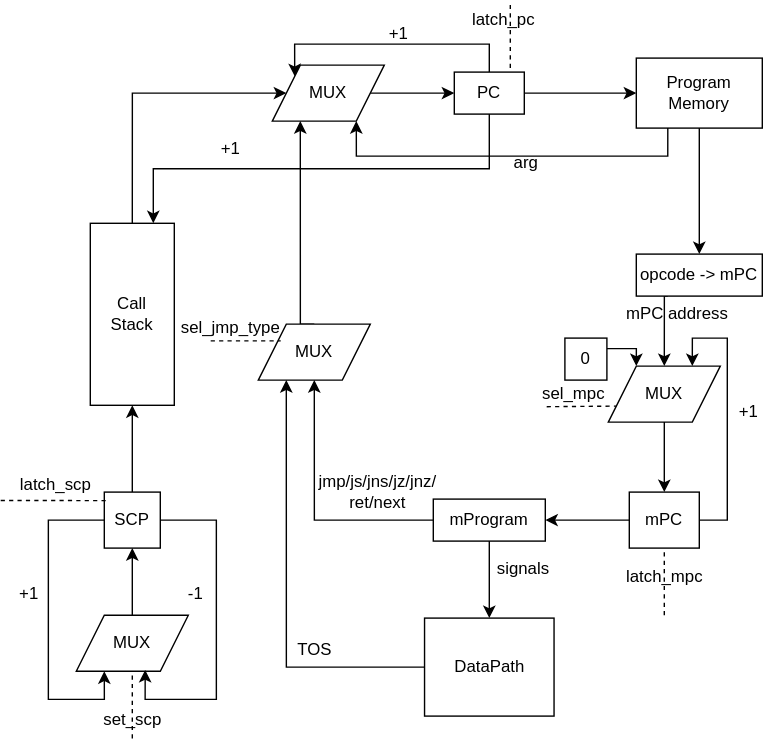
Above: schemes/ControlUnit.svg in stanislav-shchetinin/MyAsm (draw.io), before the change. Source tidied: cells renumbered, new cells last; positions are measured from the earlier drawing's top-left corner, leaving out a move shared by most shapes.
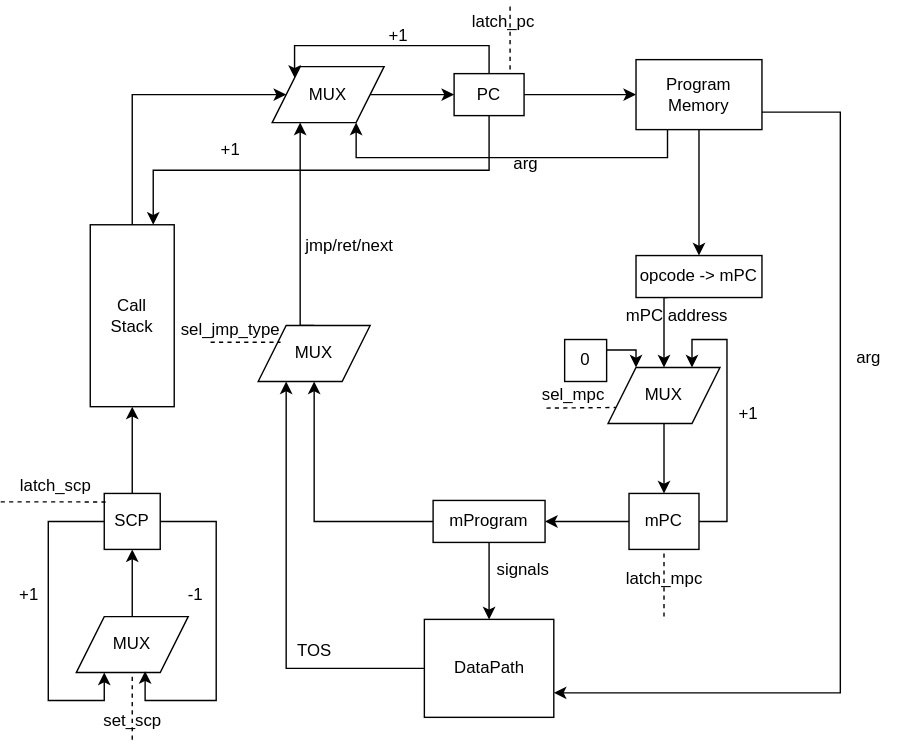
After the commit.

Diff of the diagram source:
```diff
@@ -5,6 +5,14 @@
     <mxCell id="2" style="edgeStyle=orthogonalEdgeStyle;rounded=0;jettySize=auto;html=1;exitX=0.5;exitY=1;exitDx=0;exitDy=0;entryX=0.5;entryY=0;entryDx=0;entryDy=0;" parent="1" edge="1" source="3" target="6">
       <mxGeometry relative="1" as="geometry" />
     </mxCell>
+    <mxCell id="57" style="edgeStyle=orthogonalEdgeStyle;rounded=0;jettySize=auto;html=1;exitX=1;exitY=0.75;exitDx=0;exitDy=0;entryX=1;entryY=0.75;entryDx=0;entryDy=0;" parent="1" edge="1" source="3" target="27">
+      <mxGeometry relative="1" as="geometry">
+        <Array as="points">
+          <mxPoint x="600" y="80" />
+          <mxPoint x="600" y="495" />
+        </Array>
+      </mxGeometry>
+    </mxCell>
     <mxCell id="3" value="Program Memory" style="rounded=0;whiteSpace=wrap;html=1;" parent="1" vertex="1">
       <mxGeometry x="454" y="42" width="90" height="50" as="geometry" />
     </mxCell>
@@ -108,8 +116,8 @@
     <mxCell id="32" value="arg" style="text;html=1;align=center;verticalAlign=middle;strokeColor=none;fillColor=none;" parent="1" vertex="1">
       <mxGeometry x="355.2" y="102" width="40" height="30" as="geometry" />
     </mxCell>
-    <mxCell id="33" value="jmp/js/jns/jz/jnz/&lt;div&gt;ret/next&lt;/div&gt;" style="text;html=1;align=center;verticalAlign=middle;strokeColor=none;fillColor=none;" parent="1" vertex="1">
-      <mxGeometry x="214" y="332" width="110" height="40" as="geometry" />
+    <mxCell id="33" value="jmp/&lt;span style=&quot;background-color: initial;&quot;&gt;ret/next&lt;/span&gt;" style="text;html=1;align=center;verticalAlign=middle;strokeColor=none;fillColor=none;" parent="1" vertex="1">
+      <mxGeometry x="204" y="160" width="90" height="30" as="geometry" />
     </mxCell>
     <mxCell id="34" style="edgeStyle=orthogonalEdgeStyle;rounded=0;jettySize=auto;html=1;exitX=0.5;exitY=0;exitDx=0;exitDy=0;entryX=0;entryY=0.5;entryDx=0;entryDy=0;" parent="1" edge="1" source="35" target="12">
       <mxGeometry relative="1" as="geometry">
@@ -212,5 +220,8 @@
     <mxCell id="56" value="latch_pc" style="text;html=1;align=center;verticalAlign=middle;strokeColor=none;fillColor=none;" parent="1" vertex="1">
       <mxGeometry x="324" width="70" height="30" as="geometry" />
     </mxCell>
+    <mxCell id="58" value="arg" style="text;html=1;align=center;verticalAlign=middle;strokeColor=none;fillColor=none;" parent="1" vertex="1">
+      <mxGeometry x="600" y="240" width="40" height="30" as="geometry" />
+    </mxCell>
   </root>
 </mxGraphModel>
```
